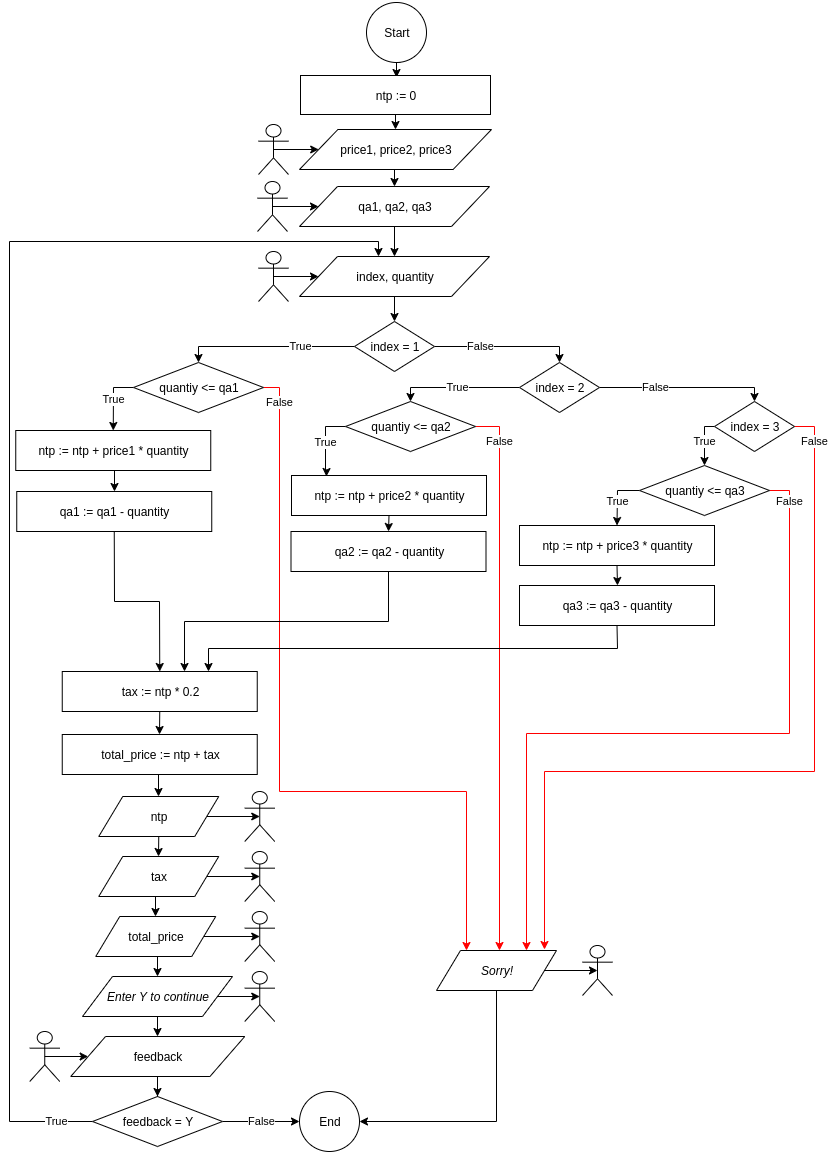
oiraqi/xcommerce-standalone-c keeps this draw.io diagram as milestone1/images/TCA_1_5.png. Above is the earlier version. Source tidied: cells renumbered, new cells last; positions are measured from the earlier drawing's top-left corner, leaving out a move shared by most shapes.
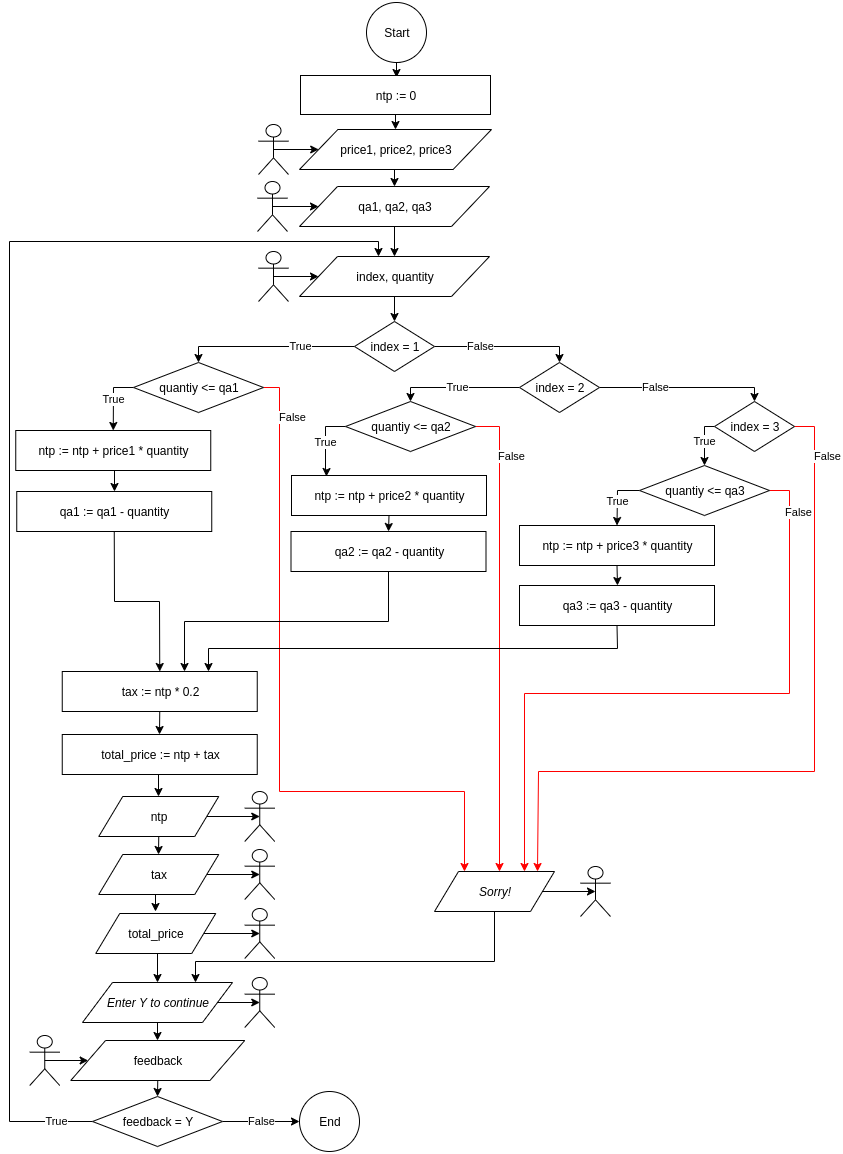
After the commit.

The edit, as a diff of the source:
```diff
@@ -71,14 +71,16 @@
     <mxCell id="23" style="edgeStyle=orthogonalEdgeStyle;rounded=0;jettySize=auto;html=1;exitX=1;exitY=0.5;exitDx=0;exitDy=0;entryX=0.5;entryY=0.5;entryDx=0;entryDy=0;entryPerimeter=0;" parent="1" edge="1" source="25" target="26">
       <mxGeometry relative="1" as="geometry" />
     </mxCell>
-    <mxCell id="24" style="edgeStyle=orthogonalEdgeStyle;rounded=0;jettySize=auto;html=1;exitX=0.5;exitY=1;exitDx=0;exitDy=0;entryX=0.5;entryY=0;entryDx=0;entryDy=0;" parent="1" edge="1" source="25" target="29">
-      <mxGeometry relative="1" as="geometry" />
+    <mxCell id="24" style="edgeStyle=orthogonalEdgeStyle;rounded=0;jettySize=auto;html=1;exitX=0.5;exitY=1;exitDx=0;exitDy=0;entryX=0.5;entryY=0;entryDx=0;entryDy=0;" parent="1" edge="1" source="25">
+      <mxGeometry relative="1" as="geometry">
+        <mxPoint x="146" y="909" as="targetPoint" />
+      </mxGeometry>
     </mxCell>
     <mxCell id="25" value="tax" style="shape=parallelogram;perimeter=parallelogramPerimeter;whiteSpace=wrap;html=1;" parent="1" vertex="1">
-      <mxGeometry x="89.2" y="854" width="120" height="40" as="geometry" />
+      <mxGeometry x="89.2" y="852" width="120" height="40" as="geometry" />
     </mxCell>
     <mxCell id="26" style="shape=umlActor;verticalLabelPosition=bottom;labelBackgroundColor=#ffffff;verticalAlign=top;html=1;outlineConnect=0;" parent="1" vertex="1">
-      <mxGeometry x="235.2" y="849" width="30" height="50" as="geometry" />
+      <mxGeometry x="235.2" y="847" width="30" height="50" as="geometry" />
     </mxCell>
     <mxCell id="27" style="edgeStyle=orthogonalEdgeStyle;rounded=0;jettySize=auto;html=1;exitX=1;exitY=0.5;exitDx=0;exitDy=0;entryX=0.5;entryY=0.5;entryDx=0;entryDy=0;entryPerimeter=0;" parent="1" edge="1" source="29" target="30">
       <mxGeometry relative="1" as="geometry" />
@@ -87,10 +89,10 @@
       <mxGeometry relative="1" as="geometry" />
     </mxCell>
     <mxCell id="29" value="total_price" style="shape=parallelogram;perimeter=parallelogramPerimeter;whiteSpace=wrap;html=1;" parent="1" vertex="1">
-      <mxGeometry x="86.2" y="914" width="120" height="40" as="geometry" />
+      <mxGeometry x="86.2" y="911" width="120" height="40" as="geometry" />
     </mxCell>
     <mxCell id="30" style="shape=umlActor;verticalLabelPosition=bottom;labelBackgroundColor=#ffffff;verticalAlign=top;html=1;outlineConnect=0;" parent="1" vertex="1">
-      <mxGeometry x="235.2" y="909" width="30" height="50" as="geometry" />
+      <mxGeometry x="235.2" y="906" width="30" height="50" as="geometry" />
     </mxCell>
     <mxCell id="31" style="edgeStyle=orthogonalEdgeStyle;rounded=0;jettySize=auto;html=1;exitX=0.5;exitY=1;exitDx=0;exitDy=0;entryX=0.5;entryY=0;entryDx=0;entryDy=0;" parent="1" edge="1" source="32" target="37">
       <mxGeometry relative="1" as="geometry" />
@@ -129,7 +131,7 @@
         <Array as="points">
           <mxPoint x="270" y="385" />
           <mxPoint x="270" y="789" />
-          <mxPoint x="457" y="789" />
+          <mxPoint x="455" y="789" />
         </Array>
         <mxPoint x="15" y="15" as="offset" />
       </mxGeometry>
@@ -161,14 +163,13 @@
         </Array>
       </mxGeometry>
     </mxCell>
-    <mxCell id="45" value="False" style="edgeStyle=orthogonalEdgeStyle;rounded=0;orthogonalLoop=1;jettySize=auto;html=1;exitX=1;exitY=0.5;exitDx=0;exitDy=0;strokeColor=#FF0000;" parent="1" edge="1">
+    <mxCell id="45" value="False" style="edgeStyle=orthogonalEdgeStyle;rounded=0;jettySize=auto;html=1;exitX=1;exitY=0.5;exitDx=0;exitDy=0;strokeColor=#FF0000;entryX=0.858;entryY=0;entryDx=0;entryDy=0;entryPerimeter=0;" parent="1" edge="1" target="51">
       <mxGeometry x="-0.95" y="-15" relative="1" as="geometry">
         <mxPoint x="785" y="424" as="sourcePoint" />
-        <mxPoint x="535" y="947" as="targetPoint" />
         <Array as="points">
           <mxPoint x="805" y="424" />
           <mxPoint x="805" y="769" />
-          <mxPoint x="535" y="769" />
+          <mxPoint x="529" y="769" />
         </Array>
         <mxPoint x="15" y="15" as="offset" />
       </mxGeometry>
@@ -185,14 +186,19 @@
     <mxCell id="49" style="edgeStyle=orthogonalEdgeStyle;rounded=0;jettySize=auto;html=1;exitX=1;exitY=0.5;exitDx=0;exitDy=0;entryX=0.5;entryY=0.5;entryDx=0;entryDy=0;entryPerimeter=0;" parent="1" edge="1" source="51" target="52">
       <mxGeometry relative="1" as="geometry" />
     </mxCell>
-    <mxCell id="50" style="edgeStyle=orthogonalEdgeStyle;rounded=0;jettySize=auto;html=1;exitX=0.5;exitY=1;exitDx=0;exitDy=0;entryX=1;entryY=0.5;entryDx=0;entryDy=0;" parent="1" edge="1" source="51" target="13">
-      <mxGeometry relative="1" as="geometry" />
-    </mxCell>
+    <mxCell id="80" style="edgeStyle=orthogonalEdgeStyle;rounded=0;jettySize=auto;html=1;exitX=0.5;exitY=1;exitDx=0;exitDy=0;entryX=0.75;entryY=0;entryDx=0;entryDy=0;" parent="1" edge="1" source="51" target="76">
+      <mxGeometry relative="1" as="geometry">
+        <Array as="points">
+          <mxPoint x="485" y="959" />
+          <mxPoint x="186" y="959" />
+        </Array>
+      </mxGeometry>
+    </mxCell>
     <mxCell id="51" value="&lt;i&gt;Sorry!&lt;/i&gt;" style="shape=parallelogram;perimeter=parallelogramPerimeter;whiteSpace=wrap;html=1;" parent="1" vertex="1">
-      <mxGeometry x="427" y="948" width="120" height="40" as="geometry" />
+      <mxGeometry x="425" y="869" width="120" height="40" as="geometry" />
     </mxCell>
     <mxCell id="52" style="shape=umlActor;verticalLabelPosition=bottom;labelBackgroundColor=#ffffff;verticalAlign=top;html=1;outlineConnect=0;" parent="1" vertex="1">
-      <mxGeometry x="573" y="943" width="30" height="50" as="geometry" />
+      <mxGeometry x="571" y="864" width="30" height="50" as="geometry" />
     </mxCell>
     <mxCell id="53" value="True" style="edgeStyle=orthogonalEdgeStyle;rounded=0;jettySize=auto;html=1;exitX=0;exitY=0.5;exitDx=0;exitDy=0;entryX=0.179;entryY=0.025;entryDx=0;entryDy=0;entryPerimeter=0;" parent="1" edge="1" source="55" target="57">
       <mxGeometry relative="1" as="geometry" />
@@ -260,17 +266,17 @@
     <mxCell id="69" value="feedback = Y" style="rhombus;whiteSpace=wrap;html=1;" parent="1" vertex="1">
       <mxGeometry x="83" y="1094" width="130" height="50" as="geometry" />
     </mxCell>
-    <mxCell id="70" style="edgeStyle=orthogonalEdgeStyle;rounded=0;jettySize=auto;html=1;entryX=0.5;entryY=0;entryDx=0;entryDy=0;" parent="1" edge="1" source="71" target="69">
+    <mxCell id="70" style="edgeStyle=orthogonalEdgeStyle;rounded=0;jettySize=auto;html=1;exitX=0.5;exitY=1;exitDx=0;exitDy=0;entryX=0.5;entryY=0;entryDx=0;entryDy=0;" parent="1" edge="1" source="71" target="69">
       <mxGeometry relative="1" as="geometry" />
     </mxCell>
     <mxCell id="71" value="feedback" style="shape=parallelogram;perimeter=parallelogramPerimeter;whiteSpace=wrap;html=1;" parent="1" vertex="1">
-      <mxGeometry x="61.2" y="1034" width="174" height="40" as="geometry" />
+      <mxGeometry x="61.2" y="1038" width="174" height="40" as="geometry" />
     </mxCell>
     <mxCell id="72" style="edgeStyle=orthogonalEdgeStyle;rounded=0;jettySize=auto;html=1;exitX=0.5;exitY=0.5;exitDx=0;exitDy=0;exitPerimeter=0;entryX=0;entryY=0.5;entryDx=0;entryDy=0;" parent="1" edge="1" source="73" target="71">
       <mxGeometry relative="1" as="geometry" />
     </mxCell>
     <mxCell id="73" style="shape=umlActor;verticalLabelPosition=bottom;labelBackgroundColor=#ffffff;verticalAlign=top;html=1;outlineConnect=0;" parent="1" vertex="1">
-      <mxGeometry x="20.2" y="1029" width="30" height="50" as="geometry" />
+      <mxGeometry x="20.2" y="1033" width="30" height="50" as="geometry" />
     </mxCell>
     <mxCell id="74" style="edgeStyle=orthogonalEdgeStyle;rounded=0;jettySize=auto;html=1;exitX=1;exitY=0.5;exitDx=0;exitDy=0;entryX=0.5;entryY=0.5;entryDx=0;entryDy=0;entryPerimeter=0;" parent="1" edge="1" source="76" target="77">
       <mxGeometry relative="1" as="geometry" />
@@ -279,10 +285,10 @@
       <mxGeometry relative="1" as="geometry" />
     </mxCell>
     <mxCell id="76" value="&lt;i&gt;Enter Y to continue&lt;/i&gt;" style="shape=parallelogram;perimeter=parallelogramPerimeter;whiteSpace=wrap;html=1;" parent="1" vertex="1">
-      <mxGeometry x="73" y="974" width="150" height="40" as="geometry" />
+      <mxGeometry x="73" y="980" width="150" height="40" as="geometry" />
     </mxCell>
     <mxCell id="77" style="shape=umlActor;verticalLabelPosition=bottom;labelBackgroundColor=#ffffff;verticalAlign=top;html=1;outlineConnect=0;" parent="1" vertex="1">
-      <mxGeometry x="235.2" y="969" width="30" height="50" as="geometry" />
+      <mxGeometry x="235.2" y="975" width="30" height="50" as="geometry" />
     </mxCell>
     <mxCell id="78" style="edgeStyle=orthogonalEdgeStyle;rounded=0;jettySize=auto;html=1;exitX=0.5;exitY=1;exitDx=0;exitDy=0;entryX=0.5;entryY=0;entryDx=0;entryDy=0;" parent="1" edge="1" source="79" target="5">
       <mxGeometry relative="1" as="geometry" />
```
